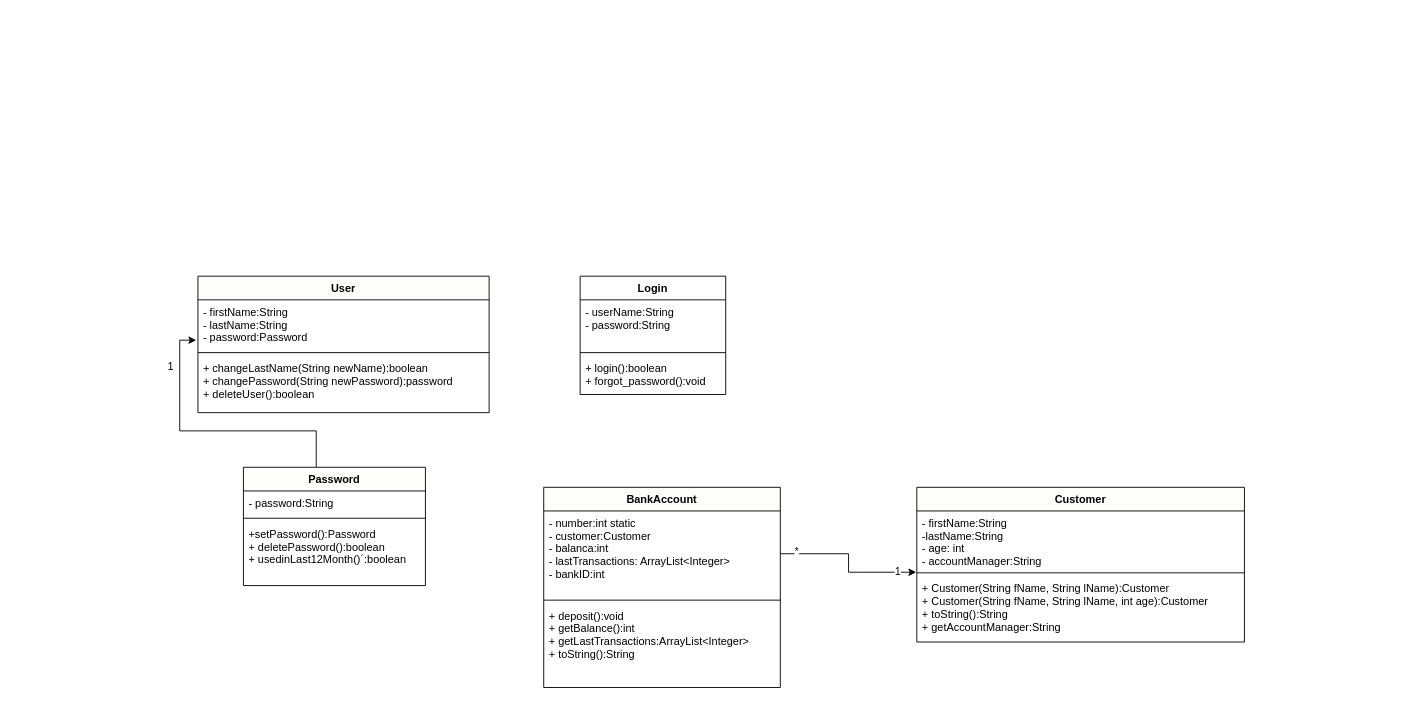
Earlier version of the draw.io diagram page "Classes" (1 of 3) of Untitled Diagram.drawio (CreativeVisualCoding/Banking_Project). Source tidied: cells renumbered, new cells numbered last; positions are measured from the earlier drawing's top-left corner, leaving out a move shared by most shapes. Both pictures are drawn from the tidied source at 91%, with x=0, y=0 at pixel (161, 276).
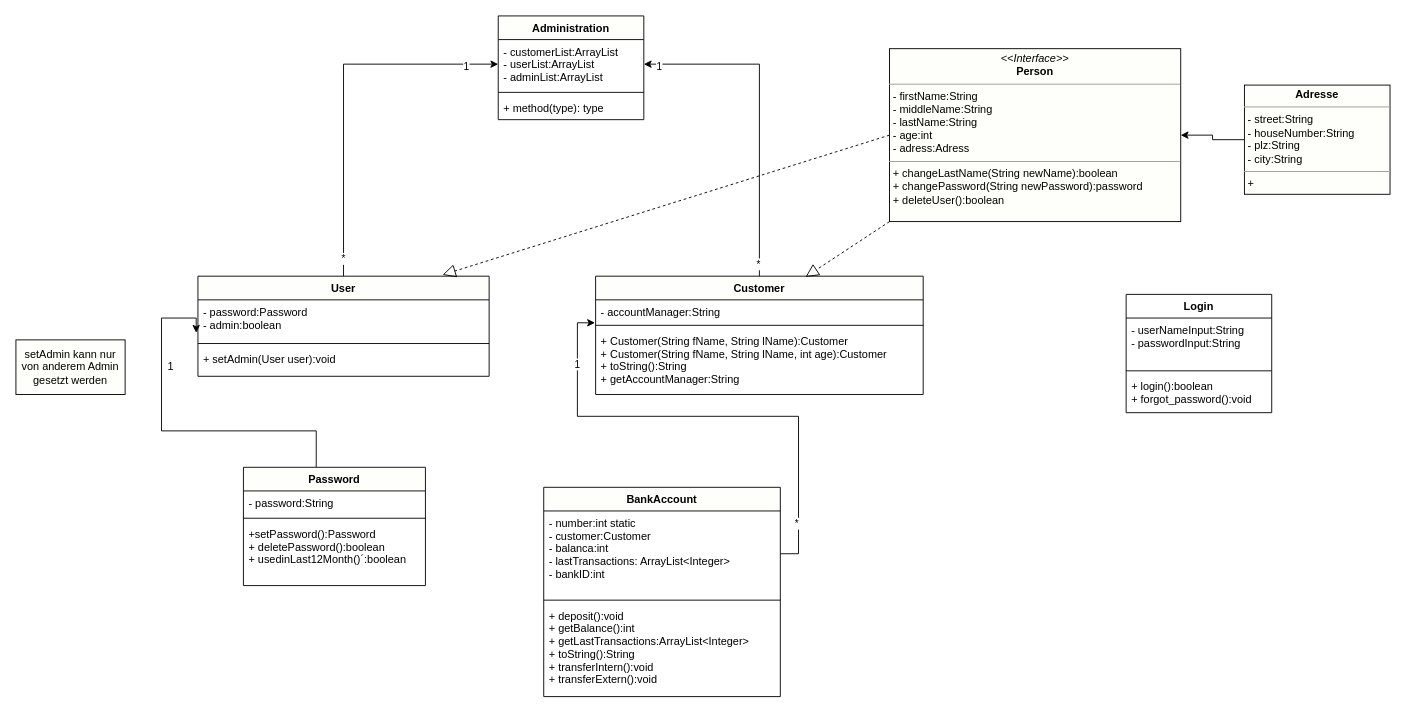
Above is the later version.

The change refers to these unchanged cells:
```xml
<mxCell id="11" value="Password" style="swimlane;fontStyle=1;align=center;verticalAlign=top;horizontal=1;startSize=26;fillColor=#FEFFFA;" parent="1" vertex="1">
  <mxGeometry x="90" y="210" width="200" height="130" as="geometry" />
</mxCell>
```

Change to the diagram source:
```diff
@@
     <mxCell id="2" value="Login" style="swimlane;fontStyle=1;align=center;verticalAlign=top;horizontal=1;startSize=26;" parent="1" vertex="1">
-      <mxGeometry x="460" width="160" height="130" as="geometry" />
+      <mxGeometry x="1060" y="20" width="160" height="130" as="geometry" />
     </mxCell>
-    <mxCell id="3" value="- userName:String&#10;- password:String" style="text;strokeColor=none;fillColor=none;align=left;verticalAlign=top;spacingLeft=4;spacingRight=4;overflow=hidden;" parent="2" vertex="1">
+    <mxCell id="3" value="- userNameInput:String&#10;- passwordInput:String" style="text;strokeColor=none;fillColor=none;align=left;verticalAlign=top;spacingLeft=4;spacingRight=4;overflow=hidden;" parent="2" vertex="1">
       <mxGeometry y="26" width="160" height="54" as="geometry" />
     </mxCell>
@@
+    <mxCell id="27" style="edgeStyle=orthogonalEdgeStyle;rounded=0;jettySize=auto;html=1;" parent="1" edge="1" source="6" target="34">
+      <mxGeometry relative="1" as="geometry" />
+    </mxCell>
+    <mxCell id="28" value="1" style="edgeLabel;html=1;align=center;verticalAlign=middle;" parent="27" vertex="1">
+      <mxGeometry x="0.82" y="-2" relative="1" as="geometry" />
+    </mxCell>
+    <mxCell id="29" value="*" style="edgeLabel;html=1;align=center;verticalAlign=middle;" parent="27" vertex="1">
+      <mxGeometry x="-0.9" y="1" relative="1" as="geometry" />
+    </mxCell>
     <mxCell id="6" value="User" style="swimlane;fontStyle=1;align=center;verticalAlign=top;horizontal=1;startSize=26;fillColor=#FEFFFA;" parent="1" vertex="1">
-      <mxGeometry x="40" width="320" height="150" as="geometry" />
+      <mxGeometry x="40" width="320" height="110" as="geometry" />
     </mxCell>
-    <mxCell id="7" value="- firstName:String&#10;- lastName:String&#10;- password:Password&#10;" style="text;strokeColor=none;fillColor=none;align=left;verticalAlign=top;spacingLeft=4;spacingRight=4;overflow=hidden;points=[[0,0.5],[1,0.5]];portConstraint=eastwest;" parent="6" vertex="1">
-      <mxGeometry y="26" width="320" height="54" as="geometry" />
+    <mxCell id="7" value="- password:Password&#10;- admin:boolean&#10;" style="text;strokeColor=none;fillColor=none;align=left;verticalAlign=top;spacingLeft=4;spacingRight=4;overflow=hidden;points=[[0,0.5],[1,0.5]];portConstraint=eastwest;" parent="6" vertex="1">
+      <mxGeometry y="26" width="320" height="44" as="geometry" />
     </mxCell>
     <mxCell id="8" style="line;strokeWidth=1;fillColor=none;align=left;verticalAlign=middle;spacingTop=-1;spacingLeft=3;spacingRight=3;labelPosition=right;" parent="6" vertex="1">
-      <mxGeometry y="80" width="320" height="8" as="geometry" />
+      <mxGeometry y="70" width="320" height="8" as="geometry" />
     </mxCell>
-    <mxCell id="9" value="+ changeLastName(String newName):boolean&#10;+ changePassword(String newPassword):password&#10;+ deleteUser():boolean&#10;&#10;" style="text;strokeColor=none;fillColor=none;align=left;verticalAlign=top;spacingLeft=4;spacingRight=4;overflow=hidden;" parent="6" vertex="1">
-      <mxGeometry y="88" width="320" height="62" as="geometry" />
+    <mxCell id="9" value="+ setAdmin(User user):void&#10;&#10;" style="text;strokeColor=none;fillColor=none;align=left;verticalAlign=top;spacingLeft=4;spacingRight=4;overflow=hidden;" parent="6" vertex="1">
+      <mxGeometry y="78" width="320" height="32" as="geometry" />
     </mxCell>
     <mxCell id="10" style="edgeStyle=orthogonalEdgeStyle;rounded=0;jettySize=auto;html=1;entryX=-0.006;entryY=0.821;entryDx=0;entryDy=0;entryPerimeter=0;" parent="1" edge="1" source="11" target="7">
       <mxGeometry relative="1" as="geometry">
         <Array as="points">
           <mxPoint x="170" y="170" />
-          <mxPoint x="20" y="170" />
-          <mxPoint x="20" y="70" />
+          <mxPoint y="170" />
+          <mxPoint y="46" />
         </Array>
       </mxGeometry>
     </mxCell>
@@
     <mxCell id="16" value="BankAccount" style="swimlane;fontStyle=1;align=center;verticalAlign=top;horizontal=1;startSize=26;fillColor=#FEFFFA;" parent="1" vertex="1">
-      <mxGeometry x="420" y="232" width="260" height="220" as="geometry" />
+      <mxGeometry x="420" y="232" width="260" height="230" as="geometry" />
     </mxCell>
@@
-    <mxCell id="19" value="+ deposit():void&#10;+ getBalance():int&#10;+ getLastTransactions:ArrayList&lt;Integer&gt;&#10;+ toString():String&#10;" style="text;strokeColor=none;fillColor=none;align=left;verticalAlign=top;spacingLeft=4;spacingRight=4;overflow=hidden;" parent="16" vertex="1">
-      <mxGeometry y="128" width="260" height="92" as="geometry" />
+    <mxCell id="19" value="+ deposit():void&#10;+ getBalance():int&#10;+ getLastTransactions:ArrayList&lt;Integer&gt;&#10;+ toString():String&#10;+ transferIntern():void&#10;+ transferExtern():void&#10;&#10;&#10;" style="text;strokeColor=none;fillColor=none;align=left;verticalAlign=top;spacingLeft=4;spacingRight=4;overflow=hidden;" parent="16" vertex="1">
+      <mxGeometry y="128" width="260" height="102" as="geometry" />
     </mxCell>
+    <mxCell id="30" style="edgeStyle=orthogonalEdgeStyle;rounded=0;jettySize=auto;html=1;" parent="1" edge="1" source="20" target="34">
+      <mxGeometry relative="1" as="geometry" />
+    </mxCell>
+    <mxCell id="31" value="1" style="edgeLabel;html=1;align=center;verticalAlign=middle;" parent="30" vertex="1">
+      <mxGeometry x="0.91" y="2" relative="1" as="geometry" />
+    </mxCell>
+    <mxCell id="32" value="*" style="edgeLabel;html=1;align=center;verticalAlign=middle;" parent="30" vertex="1">
+      <mxGeometry x="-0.92" y="2" relative="1" as="geometry" />
+    </mxCell>
     <mxCell id="20" value="Customer" style="swimlane;fontStyle=1;align=center;verticalAlign=top;horizontal=1;startSize=26;fillColor=#FEFFFA;" parent="1" vertex="1">
-      <mxGeometry x="830" y="232" width="360" height="170" as="geometry" />
+      <mxGeometry x="477" width="360" height="130" as="geometry" />
     </mxCell>
-    <mxCell id="21" value="- firstName:String&#10;-lastName:String&#10;- age: int&#10;- accountManager:String&#10;" style="text;strokeColor=none;fillColor=none;align=left;verticalAlign=top;spacingLeft=4;spacingRight=4;overflow=hidden;points=[[0,0.5],[1,0.5]];portConstraint=eastwest;" parent="20" vertex="1">
-      <mxGeometry y="26" width="360" height="64" as="geometry" />
+    <mxCell id="21" value="- accountManager:String&#10;" style="text;strokeColor=none;fillColor=none;align=left;verticalAlign=top;spacingLeft=4;spacingRight=4;overflow=hidden;points=[[0,0.5],[1,0.5]];portConstraint=eastwest;" parent="20" vertex="1">
+      <mxGeometry y="26" width="360" height="24" as="geometry" />
     </mxCell>
     <mxCell id="22" style="line;strokeWidth=1;fillColor=none;align=left;verticalAlign=middle;spacingTop=-1;spacingLeft=3;spacingRight=3;labelPosition=right;" parent="20" vertex="1">
-      <mxGeometry y="90" width="360" height="8" as="geometry" />
+      <mxGeometry y="50" width="360" height="8" as="geometry" />
     </mxCell>
     <mxCell id="23" value="+ Customer(String fName, String lName):Customer&#10;+ Customer(String fName, String lName, int age):Customer&#10;+ toString():String&#10;+ getAccountManager:String&#10;" style="text;strokeColor=none;fillColor=none;align=left;verticalAlign=top;spacingLeft=4;spacingRight=4;overflow=hidden;" parent="20" vertex="1">
-      <mxGeometry y="98" width="360" height="72" as="geometry" />
+      <mxGeometry y="58" width="360" height="72" as="geometry" />
     </mxCell>
@@
+    <mxCell id="33" value="Administration" style="swimlane;fontStyle=1;align=center;verticalAlign=top;horizontal=1;startSize=26;fillColor=#FEFFFA;" parent="1" vertex="1">
+      <mxGeometry x="370" y="-286" width="160" height="114" as="geometry" />
+    </mxCell>
+    <mxCell id="34" value="- customerList:ArrayList&#10;- userList:ArrayList&#10;- adminList:ArrayList&#10;&#10;" style="text;strokeColor=none;fillColor=none;align=left;verticalAlign=top;spacingLeft=4;spacingRight=4;overflow=hidden;points=[[0,0.5],[1,0.5]];portConstraint=eastwest;" parent="33" vertex="1">
+      <mxGeometry y="26" width="160" height="54" as="geometry" />
+    </mxCell>
+    <mxCell id="35" style="line;strokeWidth=1;fillColor=none;align=left;verticalAlign=middle;spacingTop=-1;spacingLeft=3;spacingRight=3;labelPosition=right;" parent="33" vertex="1">
+      <mxGeometry y="80" width="160" height="8" as="geometry" />
+    </mxCell>
+    <mxCell id="36" value="+ method(type): type" style="text;strokeColor=none;fillColor=none;align=left;verticalAlign=top;spacingLeft=4;spacingRight=4;overflow=hidden;" parent="33" vertex="1">
+      <mxGeometry y="88" width="160" height="26" as="geometry" />
+    </mxCell>
+    <mxCell id="37" value="&lt;p style=&quot;margin: 0px ; margin-top: 4px ; text-align: center&quot;&gt;&lt;i&gt;&amp;lt;&amp;lt;Interface&amp;gt;&amp;gt;&lt;/i&gt;&lt;br&gt;&lt;b&gt;Person&lt;/b&gt;&lt;/p&gt;&lt;hr size=&quot;1&quot;&gt;&lt;p style=&quot;margin: 0px ; margin-left: 4px&quot;&gt;- firstName:String&lt;br&gt;- middleName:String&lt;br&gt;- lastName:String&lt;br&gt;- age:int&lt;/p&gt;&lt;p style=&quot;margin: 0px ; margin-left: 4px&quot;&gt;- adress:Adress&lt;br&gt;&lt;/p&gt;&lt;hr size=&quot;1&quot;&gt;&lt;p style=&quot;margin: 0px ; margin-left: 4px&quot;&gt;+ changeLastName(String newName):boolean&lt;br&gt;+ changePassword(String newPassword):password&lt;br&gt;+ deleteUser():boolean&lt;/p&gt;" style="verticalAlign=top;align=left;overflow=fill;fontSize=12;fontFamily=Helvetica;html=1;fillColor=#FEFFFA;" parent="1" vertex="1">
+      <mxGeometry x="800" y="-250" width="320" height="190" as="geometry" />
+    </mxCell>
+    <mxCell id="38" style="edgeStyle=orthogonalEdgeStyle;rounded=0;jettySize=auto;html=1;entryX=1;entryY=0.5;entryDx=0;entryDy=0;" parent="1" edge="1" source="39" target="37">
+      <mxGeometry relative="1" as="geometry" />
+    </mxCell>
+    <mxCell id="39" value="&lt;p style=&quot;margin: 0px ; margin-top: 4px ; text-align: center&quot;&gt;&lt;b&gt;Adresse&lt;/b&gt;&lt;br&gt;&lt;/p&gt;&lt;hr size=&quot;1&quot;&gt;&lt;p style=&quot;margin: 0px ; margin-left: 4px&quot;&gt;- street:String&lt;/p&gt;&lt;p style=&quot;margin: 0px ; margin-left: 4px&quot;&gt;- houseNumber:String&lt;br&gt;&lt;/p&gt;&lt;p style=&quot;margin: 0px ; margin-left: 4px&quot;&gt;- plz:String&lt;br&gt;- city:String&lt;br&gt;&lt;/p&gt;&lt;hr size=&quot;1&quot;&gt;&lt;p style=&quot;margin: 0px ; margin-left: 4px&quot;&gt;+&lt;br&gt;&lt;/p&gt;" style="verticalAlign=top;align=left;overflow=fill;fontSize=12;fontFamily=Helvetica;html=1;fillColor=#FEFFFA;" parent="1" vertex="1">
+      <mxGeometry x="1190" y="-210" width="160" height="120" as="geometry" />
+    </mxCell>
+    <mxCell id="40" style="endArrow=block;dashed=1;endFill=0;endSize=12;html=1;exitX=0;exitY=0.5;exitDx=0;exitDy=0;entryX=0.84;entryY=-0.013;entryDx=0;entryDy=0;entryPerimeter=0;" parent="1" edge="1" source="37" target="6">
+      <mxGeometry relative="1" as="geometry" />
+    </mxCell>
+    <mxCell id="41" style="endArrow=block;dashed=1;endFill=0;endSize=12;html=1;exitX=0;exitY=1;exitDx=0;exitDy=0;entryX=0.641;entryY=0.006;entryDx=0;entryDy=0;entryPerimeter=0;" parent="1" edge="1" source="37" target="20">
+      <mxGeometry relative="1" as="geometry" />
+    </mxCell>
+    <mxCell id="42" value="setAdmin kann nur von anderem Admin gesetzt werden" style="rounded=0;whiteSpace=wrap;html=1;fillColor=#FEFFFA;" parent="1" vertex="1">
+      <mxGeometry x="-160" y="70" width="120" height="60" as="geometry" />
+    </mxCell>
```
